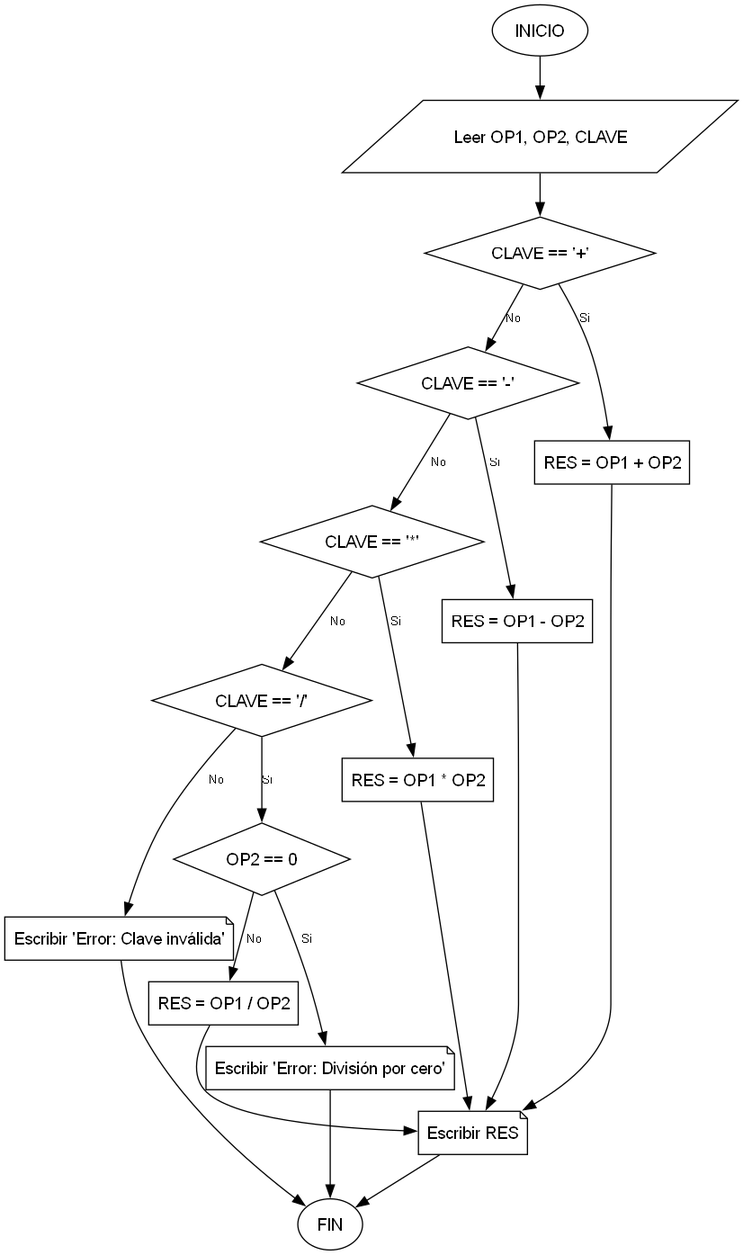
Before: Ejercicios/PS_2_15/Diagrama/PS_2_15.png, a diagram exported from Graphviz (23Leilany166/java-tutor-tics). Its source is kept beside it as Ejercicios/PS_2_15/Diagrama/PS_2_15.dot. Its diagram source:
```dot
digraph PS_2_15 {
    graph [bgcolor="transparent"];
    node [shape=rect, fontname="Arial", margin="0.1,0.1"];
    edge [fontname="Arial", fontsize=10];

    INICIO [shape=ellipse, label="INICIO"];
    LEER_DATOS [shape=parallelogram, label="Leer OP1, OP2, CLAVE"];
    COND_SUMA [shape=diamond, label="CLAVE == '+'"];
    COND_RESTA [shape=diamond, label="CLAVE == '-'"];
    COND_MULT [shape=diamond, label="CLAVE == '*'"];
    COND_DIV [shape=diamond, label="CLAVE == '/'"];
    PROC_SUMA [label="RES = OP1 + OP2"];
    PROC_RESTA [label="RES = OP1 - OP2"];
    PROC_MULT [label="RES = OP1 * OP2"];
    COND_DIV_CERO [shape=diamond, label="OP2 == 0"];
    PROC_DIV [label="RES = OP1 / OP2"];
    PRINT_ERROR_DIV [shape=note, label="Escribir 'Error: División por cero'"];
    PRINT_ERROR_CLAVE [shape=note, label="Escribir 'Error: Clave inválida'"];
    IMPRIMIR [shape=note, label="Escribir RES"];
    FIN [shape=ellipse, label="FIN"];

    INICIO -> LEER_DATOS -> COND_SUMA;
    COND_SUMA -> PROC_SUMA [label="Si"];
    COND_SUMA -> COND_RESTA [label="No"];
    COND_RESTA -> PROC_RESTA [label="Si"];
    COND_RESTA -> COND_MULT [label="No"];
    COND_MULT -> PROC_MULT [label="Si"];
    COND_MULT -> COND_DIV [label="No"];
    COND_DIV -> COND_DIV_CERO [label="Si"];
    COND_DIV -> PRINT_ERROR_CLAVE [label="No"];
    COND_DIV_CERO -> PRINT_ERROR_DIV [label="Si"];
    COND_DIV_CERO -> PROC_DIV [label="No"];
    PROC_SUMA -> IMPRIMIR;
    PROC_RESTA -> IMPRIMIR;
    PROC_MULT -> IMPRIMIR;
    PROC_DIV -> IMPRIMIR;
    IMPRIMIR -> FIN;
    PRINT_ERROR_DIV -> FIN;
    PRINT_ERROR_CLAVE -> FIN;
}
```
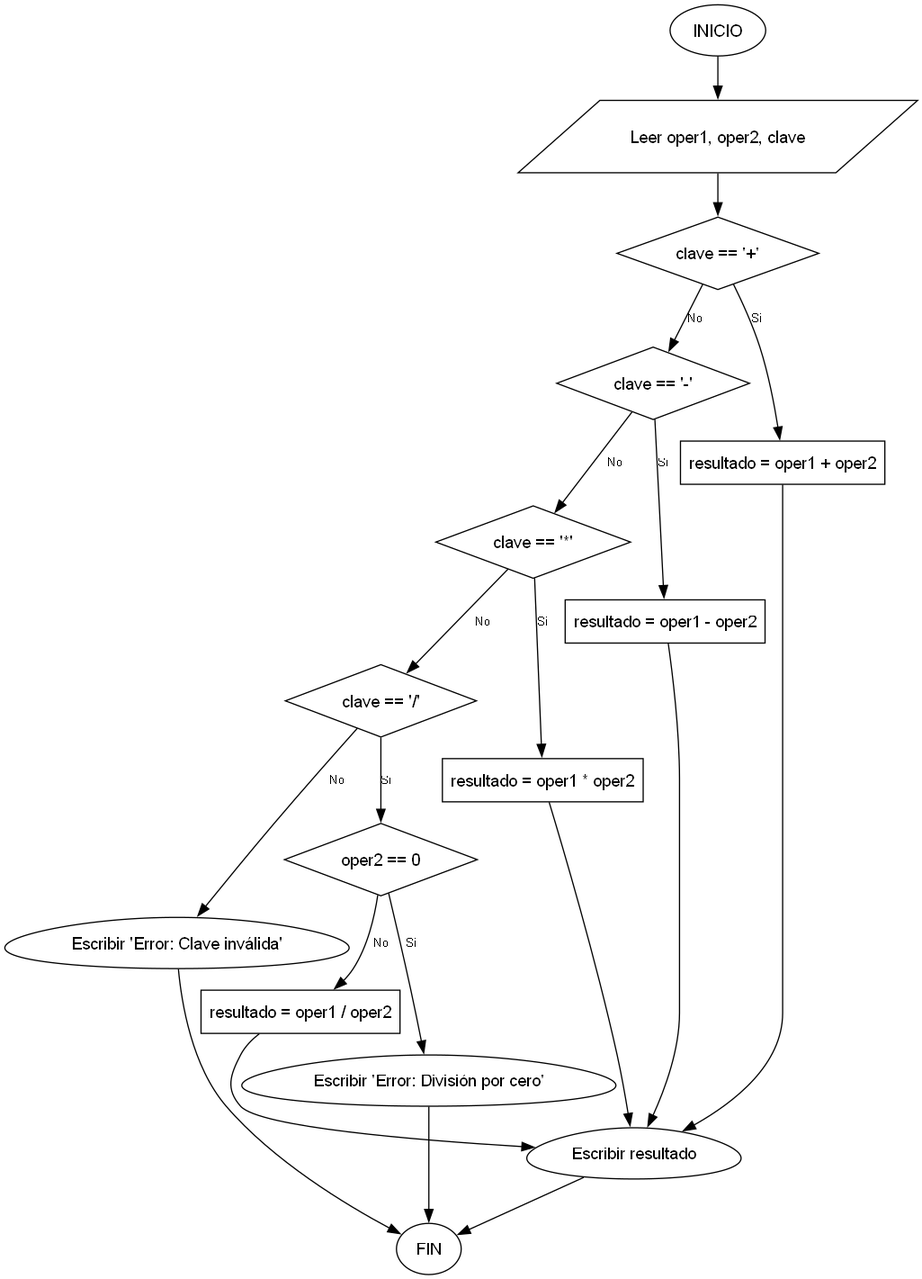
The same file after the commit.

What changed in the source:
```diff
@@ -4,19 +4,19 @@
     edge [fontname="Arial", fontsize=10];
 
     INICIO [shape=ellipse, label="INICIO"];
-    LEER_DATOS [shape=parallelogram, label="Leer OP1, OP2, CLAVE"];
-    COND_SUMA [shape=diamond, label="CLAVE == '+'"];
-    COND_RESTA [shape=diamond, label="CLAVE == '-'"];
-    COND_MULT [shape=diamond, label="CLAVE == '*'"];
-    COND_DIV [shape=diamond, label="CLAVE == '/'"];
-    PROC_SUMA [label="RES = OP1 + OP2"];
-    PROC_RESTA [label="RES = OP1 - OP2"];
-    PROC_MULT [label="RES = OP1 * OP2"];
-    COND_DIV_CERO [shape=diamond, label="OP2 == 0"];
-    PROC_DIV [label="RES = OP1 / OP2"];
-    PRINT_ERROR_DIV [shape=note, label="Escribir 'Error: División por cero'"];
-    PRINT_ERROR_CLAVE [shape=note, label="Escribir 'Error: Clave inválida'"];
-    IMPRIMIR [shape=note, label="Escribir RES"];
+    LEER_DATOS [shape=parallelogram, label="Leer oper1, oper2, clave"];
+    COND_SUMA [shape=diamond, label="clave == '+'"];
+    COND_RESTA [shape=diamond, label="clave == '-'"];
+    COND_MULT [shape=diamond, label="clave == '*'"];
+    COND_DIV [shape=diamond, label="clave == '/'"];
+    PROC_SUMA [label="resultado = oper1 + oper2"];
+    PROC_RESTA [label="resultado = oper1 - oper2"];
+    PROC_MULT [label="resultado = oper1 * oper2"];
+    COND_DIV_CERO [shape=diamond, label="oper2 == 0"];
+    PROC_DIV [label="resultado = oper1 / oper2"];
+    PRINT_ERROR_DIV [shape=egg, label="Escribir 'Error: División por cero'"];
+    PRINT_ERROR_CLAVE [shape=egg, label="Escribir 'Error: Clave inválida'"];
+    IMPRIMIR [shape=egg, label="Escribir resultado"];
     FIN [shape=ellipse, label="FIN"];
 
     INICIO -> LEER_DATOS -> COND_SUMA;
@@ -27,14 +27,14 @@
     COND_MULT -> PROC_MULT [label="Si"];
     COND_MULT -> COND_DIV [label="No"];
     COND_DIV -> COND_DIV_CERO [label="Si"];
-    COND_DIV -> PRINT_ERROR_CLAVE [label="No"];
     COND_DIV_CERO -> PRINT_ERROR_DIV [label="Si"];
     COND_DIV_CERO -> PROC_DIV [label="No"];
+    PROC_DIV -> IMPRIMIR;
+    COND_DIV -> PRINT_ERROR_CLAVE [label="No"];
     PROC_SUMA -> IMPRIMIR;
     PROC_RESTA -> IMPRIMIR;
     PROC_MULT -> IMPRIMIR;
-    PROC_DIV -> IMPRIMIR;
-    IMPRIMIR -> FIN;
     PRINT_ERROR_DIV -> FIN;
     PRINT_ERROR_CLAVE -> FIN;
+    IMPRIMIR -> FIN;
 }
```
